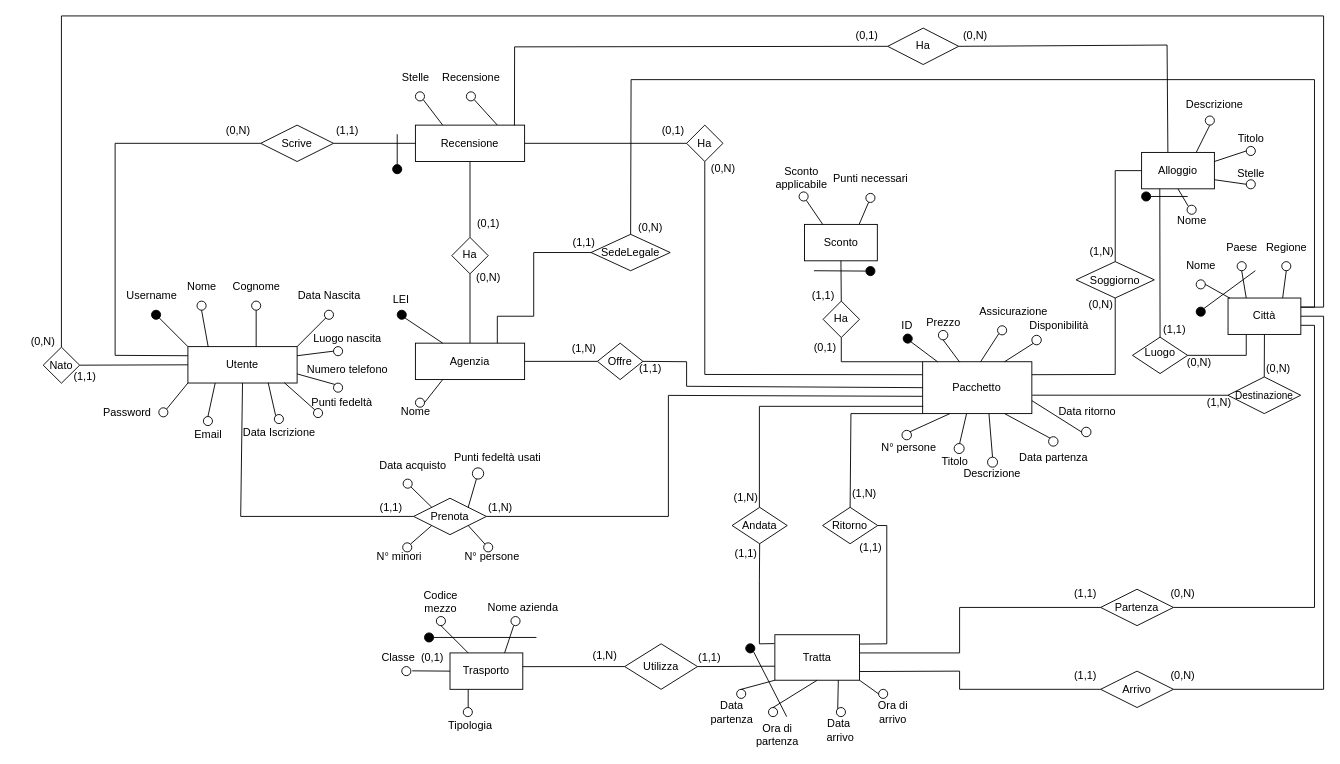
This is page "ER - Logico" (2 of 2) of ER/ER.drawio from bustre/Easy-travel, a draw.io file, before an edit. Source tidied: cells renumbered, new cells numbered last; positions are measured from the earlier drawing's top-left corner, leaving out a move shared by most shapes. Both pictures are drawn from the tidied source at 91%, with x=0, y=0 at pixel (15, 15).
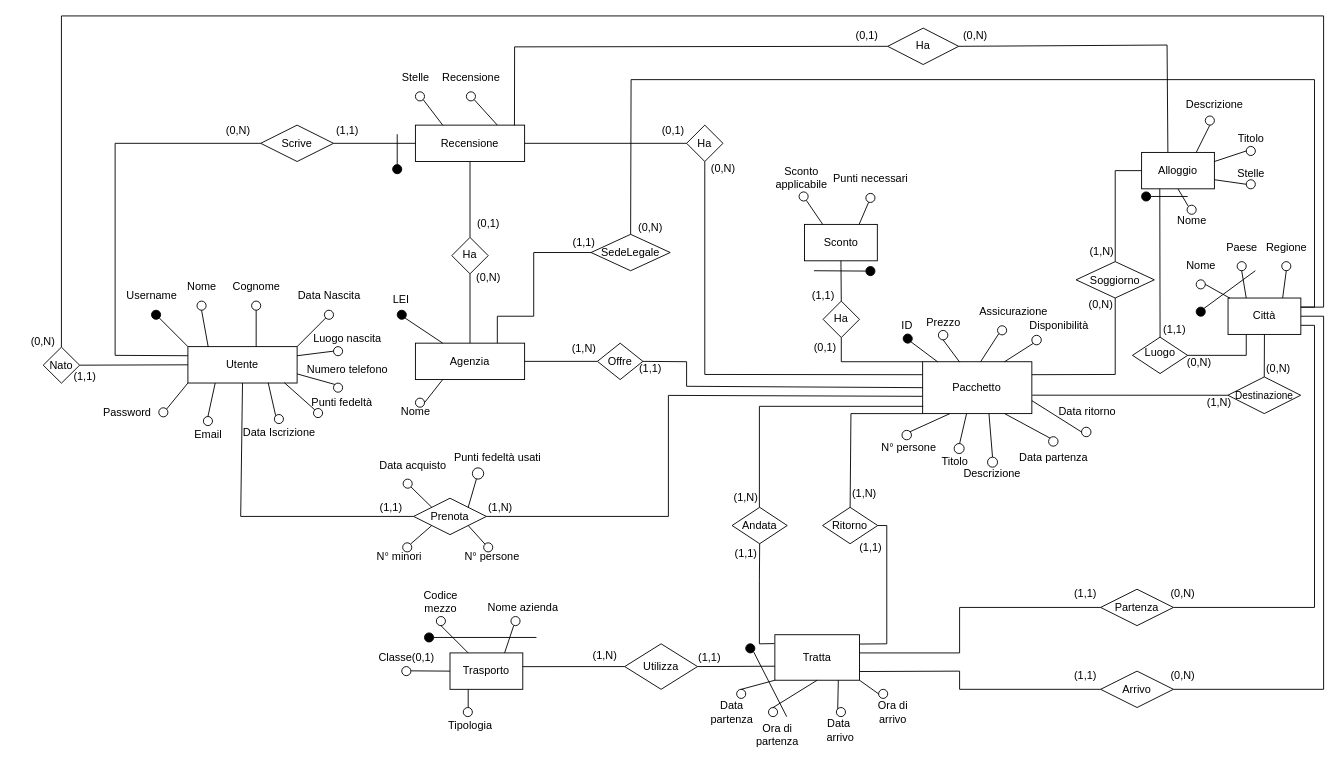
The same diagram, later.

What changed in the source:
```diff
@@
-    <mxCell id="226" value="&amp;nbsp; &amp;nbsp; Classe&amp;nbsp; (0,1)" style="text;html=1;align=center;verticalAlign=middle;points=[];strokeColor=none;fillColor=none;" parent="1" vertex="1">
-      <mxGeometry x="379" y="690" width="100" height="30" as="geometry" />
+    <mxCell id="226" value="Classe(0,1)" style="text;html=1;align=center;verticalAlign=middle;points=[];strokeColor=none;fillColor=none;" parent="1" vertex="1">
+      <mxGeometry x="389" y="690" width="80" height="30" as="geometry" />
     </mxCell>
```
